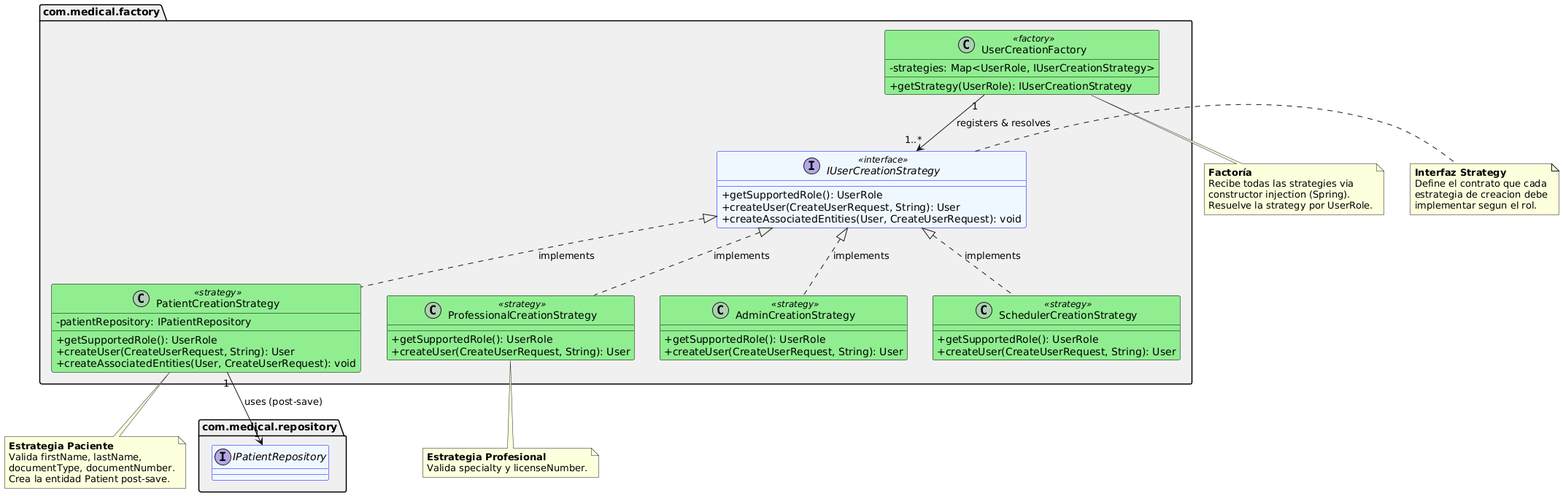
Before: services/users-service/docs/modeling/uml/diagrams/FactoryRelations.png, a diagram exported from PlantUML (LeyderCeronM/Proyecto_piedra_azul).
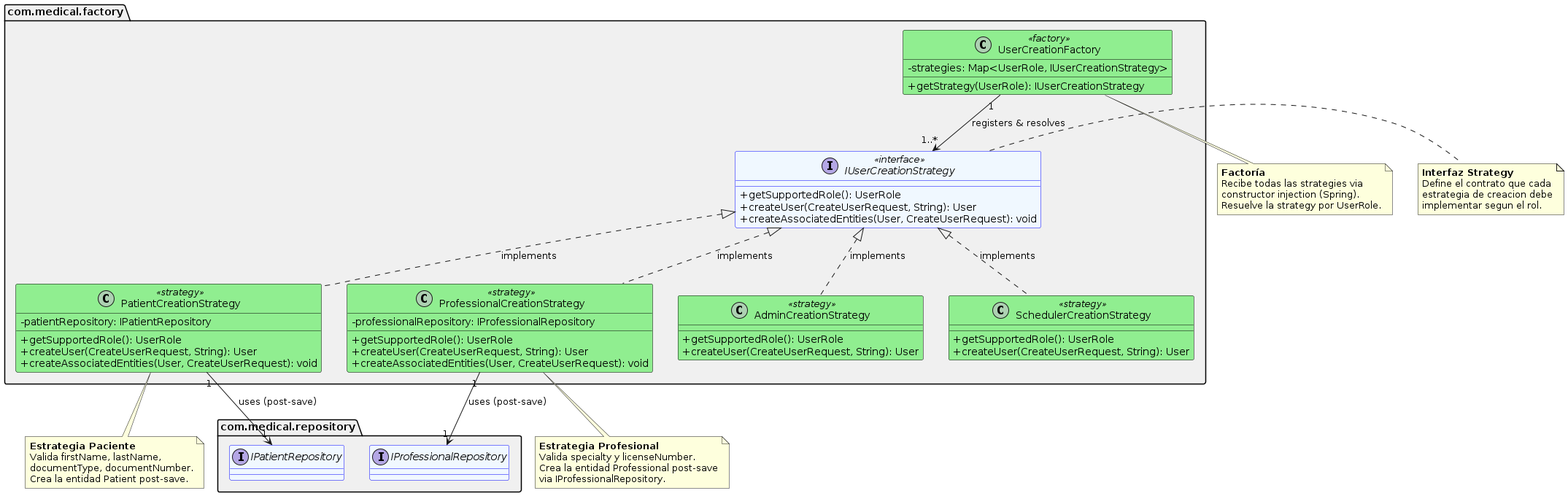
The same file after the commit.

Commit message:
docs(users-service): update docs and UML for Professional entity creation fix

Diff of the diagram source:
```diff
@@ -19,8 +19,10 @@
   }
 
   class ProfessionalCreationStrategy <<strategy>> #90EE90;line:Black {
+    {field} -professionalRepository: IProfessionalRepository
     {method} +getSupportedRole(): UserRole
     {method} +createUser(CreateUserRequest, String): User
+    {method} +createAssociatedEntities(User, CreateUserRequest): void
   }
 
   class AdminCreationStrategy <<strategy>> #90EE90;line:Black {
@@ -42,6 +44,7 @@
 
 package "com.medical.repository" as repoPkg #F0F0F0 {
   interface IPatientRepository #F0F8FF;line:blue
+  interface IProfessionalRepository #F0F8FF;line:blue
 }
 
 IUserCreationStrategy <|.. PatientCreationStrategy : "implements"
@@ -52,6 +55,7 @@
 UserCreationFactory "1" --> "1..*" IUserCreationStrategy : "registers & resolves"
 
 PatientCreationStrategy "1" --> "1" IPatientRepository : "uses (post-save)"
+ProfessionalCreationStrategy "1" --> "1" IProfessionalRepository : "uses (post-save)"
 
 note right of IUserCreationStrategy
   **Interfaz Strategy**
@@ -70,6 +74,8 @@
 note bottom of ProfessionalCreationStrategy
   **Estrategia Profesional**
   Valida specialty y licenseNumber.
+  Crea la entidad Professional post-save
+  via IProfessionalRepository.
 end note
 
 note bottom of UserCreationFactory
```
